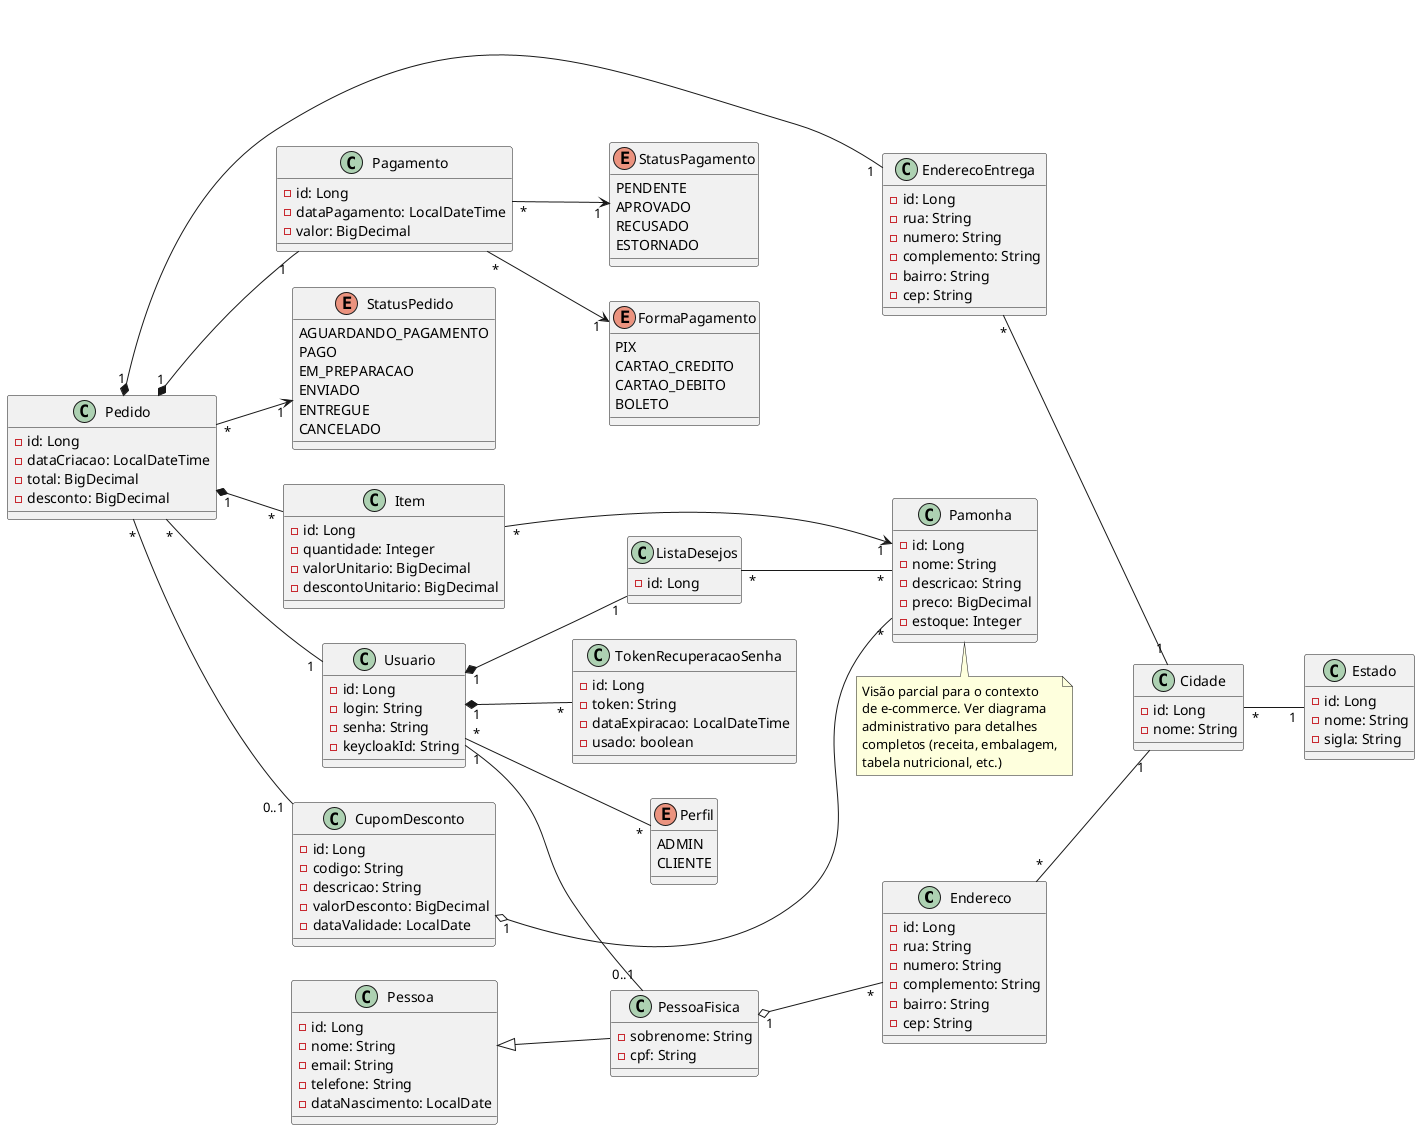
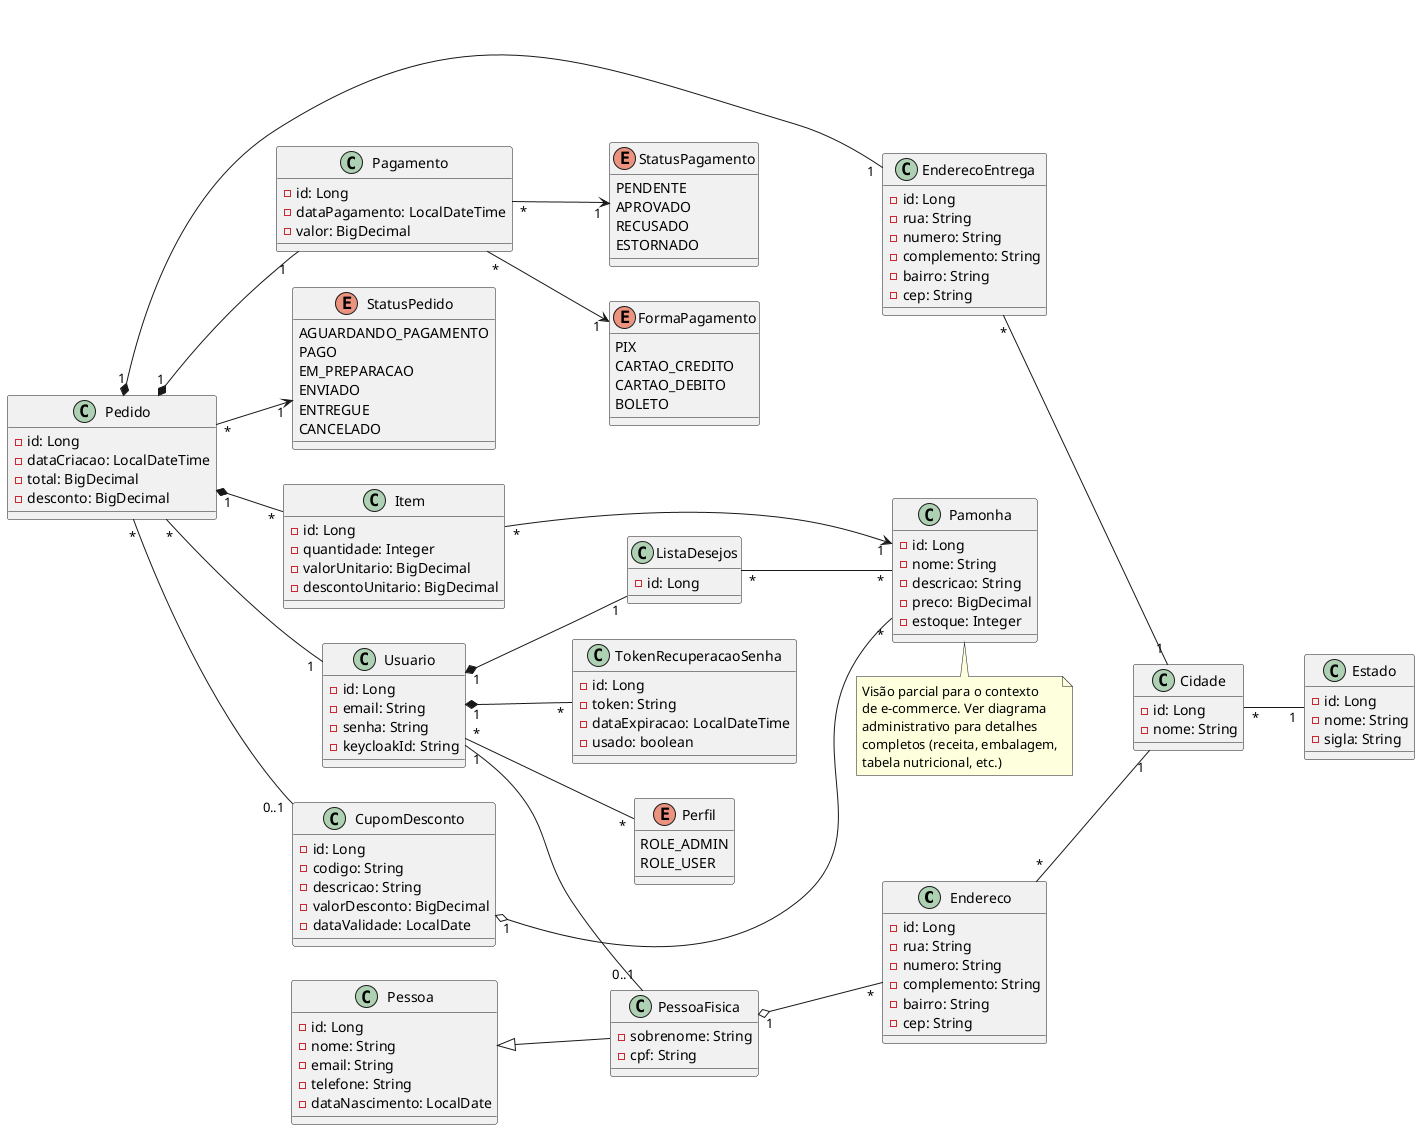
@startuml e-commerce
- 
left to right direction
- 
class Endereco {
    - id: Long
    - rua: String
    - numero: String
    - complemento: String
    - bairro: String
    - cep: String
}
- 
class EnderecoEntrega {
    - id: Long
    - rua: String
    - numero: String
    - complemento: String
    - bairro: String
    - cep: String
}
- 
class Cidade {
    - id: Long
    - nome: String
}
- 
class Estado {
    - id: Long
    - nome: String
    - sigla: String
}
- 
class Pessoa {
    - id: Long
    - nome: String
    - email: String
    - telefone: String
    - dataNascimento: LocalDate
}
- 
class PessoaFisica {
    - sobrenome: String
    - cpf: String
}
- 
class Usuario {
    - id: Long
-     - login: String
+     - email: String
    - senha: String
    - keycloakId: String
}
- 
class ListaDesejos {
    - id: Long
}
- 
class TokenRecuperacaoSenha {
    - id: Long
    - token: String
    - dataExpiracao: LocalDateTime
    - usado: boolean
}
- 
enum Perfil {
-     ADMIN
-     CLIENTE
+     ROLE_ADMIN
+     ROLE_USER
}
- 
class Pamonha {
    - id: Long
    - nome: String
    - descricao: String
    - preco: BigDecimal
    - estoque: Integer
}
- 
note bottom of Pamonha
  Visão parcial para o contexto
  de e-commerce. Ver diagrama
  administrativo para detalhes
  completos (receita, embalagem,
  tabela nutricional, etc.)
end note
- 
class Pedido {
    - id: Long
    - dataCriacao: LocalDateTime
    - total: BigDecimal
    - desconto: BigDecimal
}
- 
class Item {
    - id: Long
    - quantidade: Integer
    - valorUnitario: BigDecimal
    - descontoUnitario: BigDecimal
}
- 
class CupomDesconto {
    - id: Long
    - codigo: String
    - descricao: String
    - valorDesconto: BigDecimal
    - dataValidade: LocalDate
}
- 
class Pagamento {
    - id: Long
    - dataPagamento: LocalDateTime
    - valor: BigDecimal
}
- 
enum StatusPedido {
    AGUARDANDO_PAGAMENTO
    PAGO
    EM_PREPARACAO
    ENVIADO
    ENTREGUE
    CANCELADO
}
- 
enum StatusPagamento {
    PENDENTE
    APROVADO
    RECUSADO
    ESTORNADO
}
- 
enum FormaPagamento {
    PIX
    CARTAO_CREDITO
    CARTAO_DEBITO
    BOLETO
}
- 
together {
    class Estado
    class Cidade
}
- 
together {
    class Endereco
    class EnderecoEntrega
}
- 
together {
    class Pedido
    class Item
    class CupomDesconto
    enum StatusPedido
}
- 
together {
    class Pagamento
    enum FormaPagamento
    enum StatusPagamento
}
- 
together {
    class ListaDesejos
    class TokenRecuperacaoSenha
    enum Perfil
}
- 
Pessoa <|-- PessoaFisica
- 
Usuario "1" -- "0..1" PessoaFisica
- 
Pedido "1" *-- "*" Item
Pedido "*" -- "0..1" CupomDesconto
Pedido "*" -- "1" Usuario
Pedido "1" *-- "1" EnderecoEntrega
Pedido "1" *-- "1" Pagamento
Pedido "*" --> "1" StatusPedido
- 
Item "*" --> "1" Pamonha
- 
CupomDesconto "1" o-- "*" Pamonha
- 
Usuario "*" -- "*" Perfil
Usuario "1" *-- "1" ListaDesejos
Usuario "1" *-- "*" TokenRecuperacaoSenha
- 
ListaDesejos "*" -- "*" Pamonha
- 
PessoaFisica "1" o-- "*" Endereco
- 
Pagamento "*" --> "1" FormaPagamento
Pagamento "*" --> "1" StatusPagamento
- 
Endereco "*" -- "1" Cidade
EnderecoEntrega "*" -- "1" Cidade
Cidade "*" -- "1" Estado
- 
- @enduml
+ @enduml